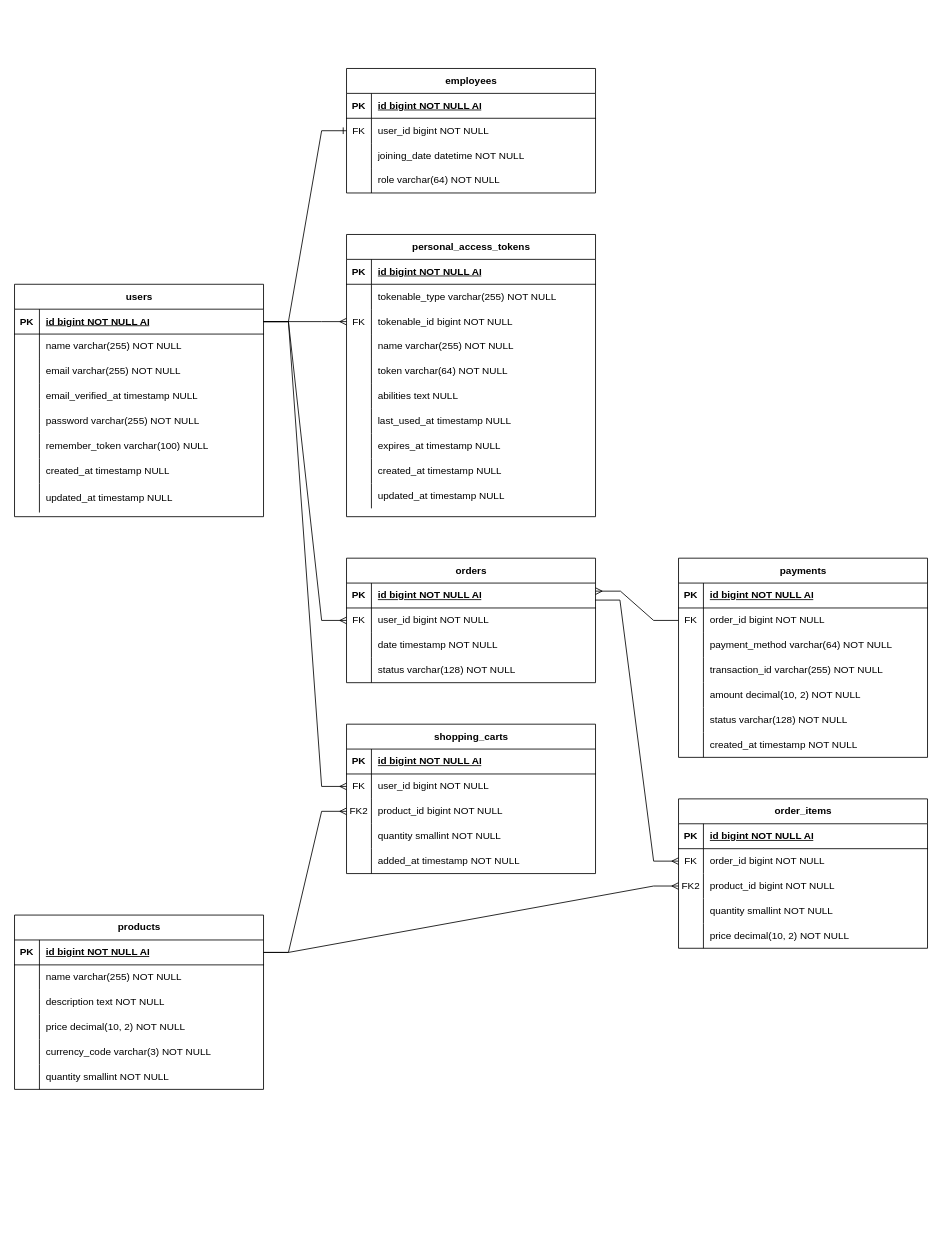
This is docs/erd.drawio from MASSHUU12/ropuch-store, a draw.io file, before an edit. Source tidied: cells renumbered, new cells numbered last; positions are measured from the earlier drawing's top-left corner, leaving out a move shared by most shapes. Both pictures are drawn from the tidied source at 83%, with x=0, y=0 at pixel (14, 68).
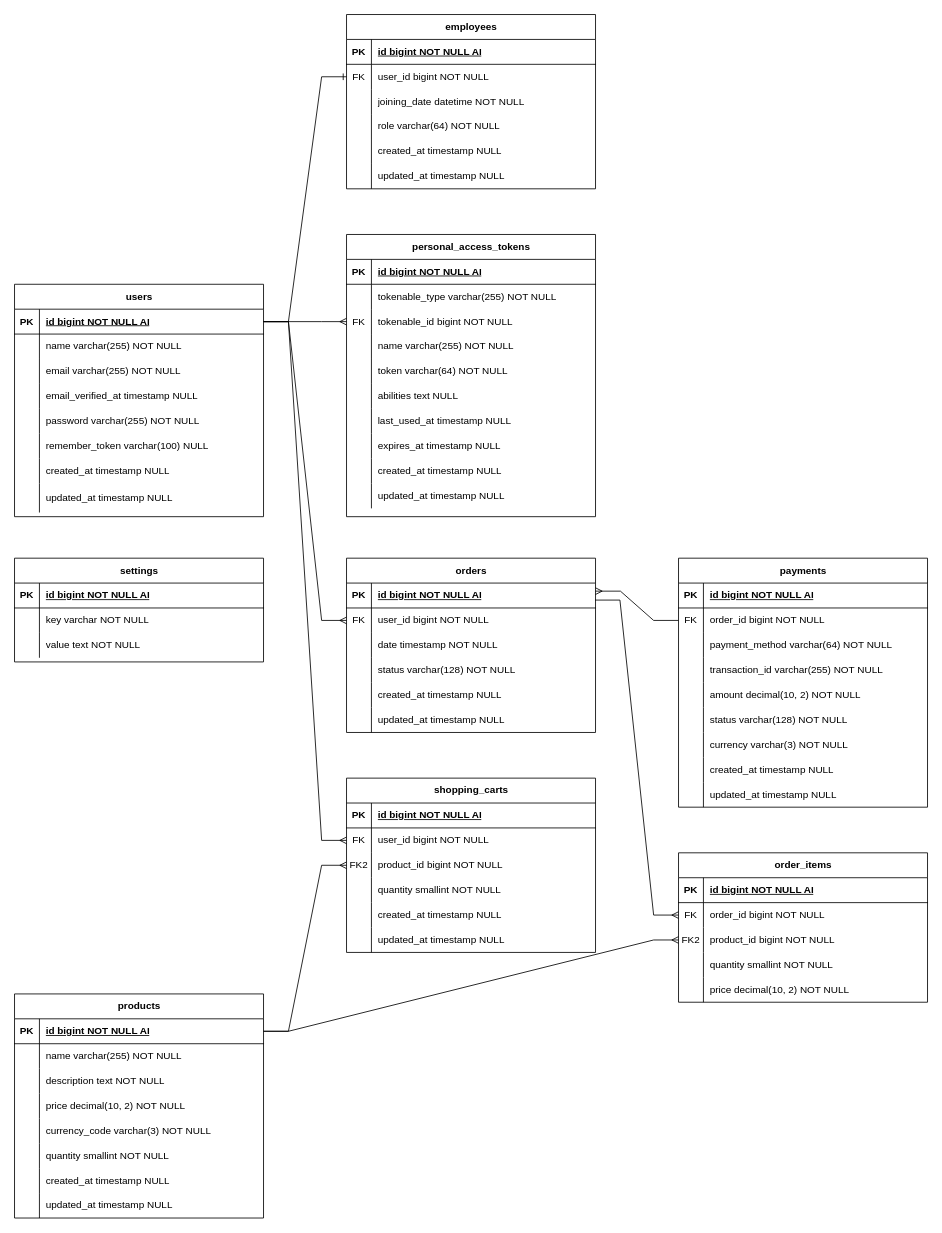
The same diagram, later.

Commit message (it also covers changes not shown here):
docs: update database schema

The change refers to these unchanged cells:
```xml
<mxCell id="137" style="shape=tableRow;horizontal=0;startSize=0;swimlaneHead=0;swimlaneBody=0;fillColor=none;top=0;left=0;right=0;bottom=0;" parent="124" vertex="1">
  <mxGeometry y="150" width="300" height="30" as="geometry" />
</mxCell>
```

What changed in the source:
```diff
@@
     <mxCell id="59" value="products" style="shape=table;startSize=30;childLayout=tableLayout;rowLines=0;fontStyle=1;align=center;html=1;comic=0;enumerate=0;fixDash=0;" parent="1" vertex="1">
-      <mxGeometry y="1020" width="300" height="210" as="geometry" />
+      <mxGeometry y="1115" width="300" height="270" as="geometry" />
     </mxCell>
@@
+    <mxCell id="165" style="shape=tableRow;horizontal=0;startSize=0;swimlaneHead=0;swimlaneBody=0;fillColor=none;top=0;left=0;right=0;bottom=0;comic=0;enumerate=0;fixDash=0;" parent="59" vertex="1">
+      <mxGeometry y="210" width="300" height="30" as="geometry" />
+    </mxCell>
+    <mxCell id="166" style="shape=partialRectangle;fillColor=none;top=0;left=0;bottom=0;right=0;overflow=hidden;whiteSpace=wrap;html=1;comic=0;enumerate=0;fixDash=0;" parent="165" vertex="1">
+      <mxGeometry width="30" height="30" as="geometry" />
+    </mxCell>
+    <mxCell id="167" value="created_at timestamp NULL" style="shape=partialRectangle;fillColor=none;top=0;left=0;bottom=0;right=0;align=left;spacingLeft=6;overflow=hidden;whiteSpace=wrap;html=1;comic=0;enumerate=0;fixDash=0;" parent="165" vertex="1">
+      <mxGeometry x="30" width="270" height="30" as="geometry" />
+    </mxCell>
+    <mxCell id="168" style="shape=tableRow;horizontal=0;startSize=0;swimlaneHead=0;swimlaneBody=0;fillColor=none;top=0;left=0;right=0;bottom=0;comic=0;enumerate=0;fixDash=0;" parent="59" vertex="1">
+      <mxGeometry y="240" width="300" height="30" as="geometry" />
+    </mxCell>
+    <mxCell id="169" style="shape=partialRectangle;fillColor=none;top=0;left=0;bottom=0;right=0;overflow=hidden;whiteSpace=wrap;html=1;comic=0;enumerate=0;fixDash=0;" parent="168" vertex="1">
+      <mxGeometry width="30" height="30" as="geometry" />
+    </mxCell>
+    <mxCell id="170" value="updated_at timestamp NULL" style="shape=partialRectangle;fillColor=none;top=0;left=0;bottom=0;right=0;align=left;spacingLeft=6;overflow=hidden;whiteSpace=wrap;html=1;comic=0;enumerate=0;fixDash=0;" parent="168" vertex="1">
+      <mxGeometry x="30" width="270" height="30" as="geometry" />
+    </mxCell>
     <mxCell id="78" value="orders" style="shape=table;startSize=30;childLayout=tableLayout;rowLines=0;fontStyle=1;align=center;html=1;" parent="1" vertex="1">
-      <mxGeometry x="400" y="590" width="300" height="150" as="geometry" />
+      <mxGeometry x="400" y="590" width="300" height="210" as="geometry" />
     </mxCell>
@@
+    <mxCell id="171" style="shape=tableRow;horizontal=0;startSize=0;swimlaneHead=0;swimlaneBody=0;fillColor=none;top=0;left=0;right=0;bottom=0;" parent="78" vertex="1">
+      <mxGeometry y="150" width="300" height="30" as="geometry" />
+    </mxCell>
+    <mxCell id="172" style="shape=partialRectangle;fillColor=none;top=0;left=0;bottom=0;right=0;overflow=hidden;whiteSpace=wrap;html=1;" parent="171" vertex="1">
+      <mxGeometry width="30" height="30" as="geometry" />
+    </mxCell>
+    <mxCell id="173" value="created_at timestamp NULL" style="shape=partialRectangle;fillColor=none;top=0;left=0;bottom=0;right=0;align=left;spacingLeft=6;overflow=hidden;whiteSpace=wrap;html=1;" parent="171" vertex="1">
+      <mxGeometry x="30" width="270" height="30" as="geometry" />
+    </mxCell>
+    <mxCell id="174" style="shape=tableRow;horizontal=0;startSize=0;swimlaneHead=0;swimlaneBody=0;fillColor=none;top=0;left=0;right=0;bottom=0;" parent="78" vertex="1">
+      <mxGeometry y="180" width="300" height="30" as="geometry" />
+    </mxCell>
+    <mxCell id="175" style="shape=partialRectangle;fillColor=none;top=0;left=0;bottom=0;right=0;overflow=hidden;whiteSpace=wrap;html=1;" parent="174" vertex="1">
+      <mxGeometry width="30" height="30" as="geometry" />
+    </mxCell>
+    <mxCell id="176" value="updated_at timestamp NULL" style="shape=partialRectangle;fillColor=none;top=0;left=0;bottom=0;right=0;align=left;spacingLeft=6;overflow=hidden;whiteSpace=wrap;html=1;" parent="174" vertex="1">
+      <mxGeometry x="30" width="270" height="30" as="geometry" />
+    </mxCell>
@@
     <mxCell id="92" value="order_items" style="shape=table;startSize=30;childLayout=tableLayout;rowLines=0;fontStyle=1;align=center;html=1;" parent="1" vertex="1">
-      <mxGeometry x="800" y="880" width="300" height="180" as="geometry" />
+      <mxGeometry x="800" y="945" width="300" height="180" as="geometry" />
     </mxCell>
@@
     <mxCell id="110" value="employees" style="shape=table;startSize=30;childLayout=tableLayout;rowLines=0;fontStyle=1;align=center;html=1;" parent="1" vertex="1">
-      <mxGeometry x="400" width="300" height="150" as="geometry" />
+      <mxGeometry x="400" y="-65" width="300" height="210" as="geometry" />
     </mxCell>
@@
+    <mxCell id="177" style="shape=tableRow;horizontal=0;startSize=0;swimlaneHead=0;swimlaneBody=0;fillColor=none;top=0;left=0;right=0;bottom=0;" parent="110" vertex="1">
+      <mxGeometry y="150" width="300" height="30" as="geometry" />
+    </mxCell>
+    <mxCell id="178" style="shape=partialRectangle;fillColor=none;top=0;left=0;bottom=0;right=0;overflow=hidden;whiteSpace=wrap;html=1;" parent="177" vertex="1">
+      <mxGeometry width="30" height="30" as="geometry" />
+    </mxCell>
+    <mxCell id="179" value="created_at timestamp NULL" style="shape=partialRectangle;fillColor=none;top=0;left=0;bottom=0;right=0;align=left;spacingLeft=6;overflow=hidden;whiteSpace=wrap;html=1;" parent="177" vertex="1">
+      <mxGeometry x="30" width="270" height="30" as="geometry" />
+    </mxCell>
+    <mxCell id="180" style="shape=tableRow;horizontal=0;startSize=0;swimlaneHead=0;swimlaneBody=0;fillColor=none;top=0;left=0;right=0;bottom=0;" parent="110" vertex="1">
+      <mxGeometry y="180" width="300" height="30" as="geometry" />
+    </mxCell>
+    <mxCell id="181" style="shape=partialRectangle;fillColor=none;top=0;left=0;bottom=0;right=0;overflow=hidden;whiteSpace=wrap;html=1;" parent="180" vertex="1">
+      <mxGeometry width="30" height="30" as="geometry" />
+    </mxCell>
+    <mxCell id="182" value="updated_at timestamp NULL" style="shape=partialRectangle;fillColor=none;top=0;left=0;bottom=0;right=0;align=left;spacingLeft=6;overflow=hidden;whiteSpace=wrap;html=1;" parent="180" vertex="1">
+      <mxGeometry x="30" width="270" height="30" as="geometry" />
+    </mxCell>
@@
     <mxCell id="124" value="shopping_carts" style="shape=table;startSize=30;childLayout=tableLayout;rowLines=0;fontStyle=1;align=center;html=1;" parent="1" vertex="1">
-      <mxGeometry x="400" y="790" width="300" height="180" as="geometry" />
+      <mxGeometry x="400" y="855" width="300" height="210" as="geometry" />
     </mxCell>
@@
-    <mxCell id="139" value="added_at timestamp NOT NULL" style="shape=partialRectangle;fillColor=none;top=0;left=0;bottom=0;right=0;align=left;spacingLeft=6;overflow=hidden;whiteSpace=wrap;html=1;" parent="137" vertex="1">
+    <mxCell id="139" value="created_at timestamp NULL" style="shape=partialRectangle;fillColor=none;top=0;left=0;bottom=0;right=0;align=left;spacingLeft=6;overflow=hidden;whiteSpace=wrap;html=1;" parent="137" vertex="1">
       <mxGeometry x="30" width="270" height="30" as="geometry" />
     </mxCell>
+    <mxCell id="183" style="shape=tableRow;horizontal=0;startSize=0;swimlaneHead=0;swimlaneBody=0;fillColor=none;top=0;left=0;right=0;bottom=0;" parent="124" vertex="1">
+      <mxGeometry y="180" width="300" height="30" as="geometry" />
+    </mxCell>
+    <mxCell id="184" style="shape=partialRectangle;fillColor=none;top=0;left=0;bottom=0;right=0;overflow=hidden;whiteSpace=wrap;html=1;" parent="183" vertex="1">
+      <mxGeometry width="30" height="30" as="geometry" />
+    </mxCell>
+    <mxCell id="185" value="updated_at timestamp NULL" style="shape=partialRectangle;fillColor=none;top=0;left=0;bottom=0;right=0;align=left;spacingLeft=6;overflow=hidden;whiteSpace=wrap;html=1;" parent="183" vertex="1">
+      <mxGeometry x="30" width="270" height="30" as="geometry" />
+    </mxCell>
@@
     <mxCell id="142" value="payments" style="shape=table;startSize=30;childLayout=tableLayout;rowLines=0;fontStyle=1;align=center;html=1;" parent="1" vertex="1">
-      <mxGeometry x="800" y="590" width="300" height="240" as="geometry" />
+      <mxGeometry x="800" y="590" width="300" height="300" as="geometry" />
     </mxCell>
@@
+    <mxCell id="186" style="shape=tableRow;horizontal=0;startSize=0;swimlaneHead=0;swimlaneBody=0;fillColor=none;top=0;left=0;right=0;bottom=0;" parent="142" vertex="1">
+      <mxGeometry y="210" width="300" height="30" as="geometry" />
+    </mxCell>
+    <mxCell id="187" style="shape=partialRectangle;fillColor=none;top=0;left=0;bottom=0;right=0;overflow=hidden;whiteSpace=wrap;html=1;" parent="186" vertex="1">
+      <mxGeometry width="30" height="30" as="geometry" />
+    </mxCell>
+    <mxCell id="188" value="currency varchar(3) NOT NULL" style="shape=partialRectangle;fillColor=none;top=0;left=0;bottom=0;right=0;align=left;spacingLeft=6;overflow=hidden;whiteSpace=wrap;html=1;" parent="186" vertex="1">
+      <mxGeometry x="30" width="270" height="30" as="geometry" />
+    </mxCell>
     <mxCell id="161" style="shape=tableRow;horizontal=0;startSize=0;swimlaneHead=0;swimlaneBody=0;fillColor=none;top=0;left=0;right=0;bottom=0;" parent="142" vertex="1">
-      <mxGeometry y="210" width="300" height="30" as="geometry" />
+      <mxGeometry y="240" width="300" height="30" as="geometry" />
     </mxCell>
@@
-    <mxCell id="163" value="created_at timestamp NOT NULL" style="shape=partialRectangle;fillColor=none;top=0;left=0;bottom=0;right=0;align=left;spacingLeft=6;overflow=hidden;whiteSpace=wrap;html=1;" parent="161" vertex="1">
+    <mxCell id="163" value="created_at timestamp NULL" style="shape=partialRectangle;fillColor=none;top=0;left=0;bottom=0;right=0;align=left;spacingLeft=6;overflow=hidden;whiteSpace=wrap;html=1;" parent="161" vertex="1">
       <mxGeometry x="30" width="270" height="30" as="geometry" />
     </mxCell>
+    <mxCell id="189" style="shape=tableRow;horizontal=0;startSize=0;swimlaneHead=0;swimlaneBody=0;fillColor=none;top=0;left=0;right=0;bottom=0;" parent="142" vertex="1">
+      <mxGeometry y="270" width="300" height="30" as="geometry" />
+    </mxCell>
+    <mxCell id="190" style="shape=partialRectangle;fillColor=none;top=0;left=0;bottom=0;right=0;overflow=hidden;whiteSpace=wrap;html=1;" parent="189" vertex="1">
+      <mxGeometry width="30" height="30" as="geometry" />
+    </mxCell>
+    <mxCell id="191" value="updated_at timestamp NULL" style="shape=partialRectangle;fillColor=none;top=0;left=0;bottom=0;right=0;align=left;spacingLeft=6;overflow=hidden;whiteSpace=wrap;html=1;" parent="189" vertex="1">
+      <mxGeometry x="30" width="270" height="30" as="geometry" />
+    </mxCell>
@@
+    <mxCell id="192" value="settings" style="shape=table;startSize=30;childLayout=tableLayout;rowLines=0;fontStyle=1;align=center;html=1;comic=0;enumerate=0;fixDash=0;" parent="1" vertex="1">
+      <mxGeometry y="590" width="300" height="125" as="geometry" />
+    </mxCell>
+    <mxCell id="193" style="shape=tableRow;horizontal=0;startSize=0;swimlaneHead=0;swimlaneBody=0;fillColor=none;top=0;left=0;right=0;bottom=1;comic=0;enumerate=0;fixDash=0;" parent="192" vertex="1">
+      <mxGeometry y="30" width="300" height="30" as="geometry" />
+    </mxCell>
+    <mxCell id="194" value="PK" style="shape=partialRectangle;fillColor=none;top=0;left=0;bottom=0;right=0;fontStyle=1;overflow=hidden;whiteSpace=wrap;html=1;comic=0;enumerate=0;fixDash=0;" parent="193" vertex="1">
+      <mxGeometry width="30" height="30" as="geometry" />
+    </mxCell>
+    <mxCell id="195" value="&lt;span style=&quot;text-wrap: nowrap;&quot;&gt;id bigint NOT NULL AI&lt;/span&gt;" style="shape=partialRectangle;fillColor=none;top=0;left=0;bottom=0;right=0;align=left;spacingLeft=6;fontStyle=5;overflow=hidden;whiteSpace=wrap;html=1;comic=0;enumerate=0;fixDash=0;" parent="193" vertex="1">
+      <mxGeometry x="30" width="270" height="30" as="geometry" />
+    </mxCell>
+    <mxCell id="196" style="shape=tableRow;horizontal=0;startSize=0;swimlaneHead=0;swimlaneBody=0;fillColor=none;top=0;left=0;right=0;bottom=0;comic=0;enumerate=0;fixDash=0;" parent="192" vertex="1">
+      <mxGeometry y="60" width="300" height="30" as="geometry" />
+    </mxCell>
+    <mxCell id="197" style="shape=partialRectangle;fillColor=none;top=0;left=0;bottom=0;right=0;overflow=hidden;whiteSpace=wrap;html=1;comic=0;enumerate=0;fixDash=0;" parent="196" vertex="1">
+      <mxGeometry width="30" height="30" as="geometry" />
+    </mxCell>
+    <mxCell id="198" value="&lt;span style=&quot;text-wrap: nowrap;&quot;&gt;key varchar NOT NULL&lt;/span&gt;" style="shape=partialRectangle;fillColor=none;top=0;left=0;bottom=0;right=0;align=left;spacingLeft=6;overflow=hidden;whiteSpace=wrap;html=1;comic=0;enumerate=0;fixDash=0;" parent="196" vertex="1">
+      <mxGeometry x="30" width="270" height="30" as="geometry" />
+    </mxCell>
+    <mxCell id="199" style="shape=tableRow;horizontal=0;startSize=0;swimlaneHead=0;swimlaneBody=0;fillColor=none;top=0;left=0;right=0;bottom=0;comic=0;enumerate=0;fixDash=0;" parent="192" vertex="1">
+      <mxGeometry y="90" width="300" height="30" as="geometry" />
+    </mxCell>
+    <mxCell id="200" style="shape=partialRectangle;fillColor=none;top=0;left=0;bottom=0;right=0;overflow=hidden;whiteSpace=wrap;html=1;comic=0;enumerate=0;fixDash=0;" parent="199" vertex="1">
+      <mxGeometry width="30" height="30" as="geometry" />
+    </mxCell>
+    <mxCell id="201" value="value text NOT NULL" style="shape=partialRectangle;fillColor=none;top=0;left=0;bottom=0;right=0;align=left;spacingLeft=6;overflow=hidden;whiteSpace=wrap;html=1;comic=0;enumerate=0;fixDash=0;" parent="199" vertex="1">
+      <mxGeometry x="30" width="270" height="30" as="geometry" />
+    </mxCell>
```
